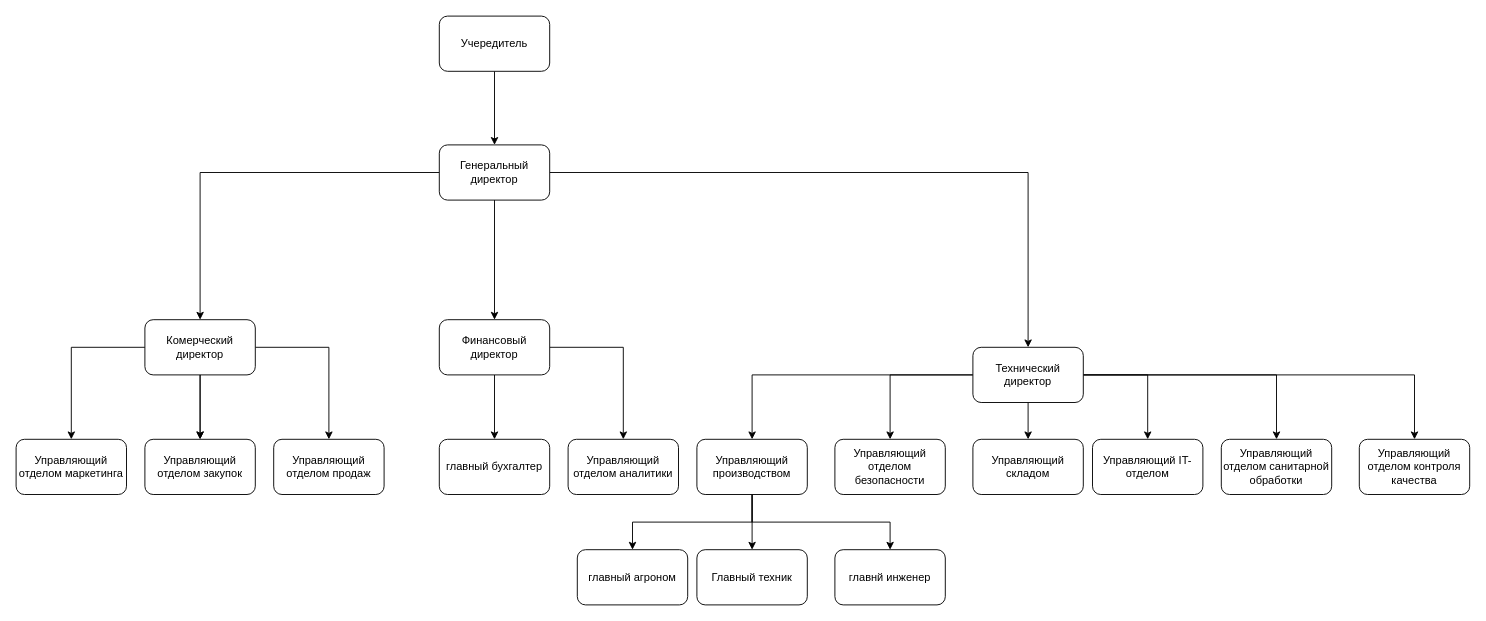
This is Org_GrenHouse.drawio from katescode/greenhouse, a draw.io file, before an edit. Source tidied: cells renumbered, new cells numbered last; positions are measured from the earlier drawing's top-left corner, leaving out a move shared by most shapes. Both pictures are drawn from the tidied source at 92%, with x=0, y=0 at pixel (16, 16).
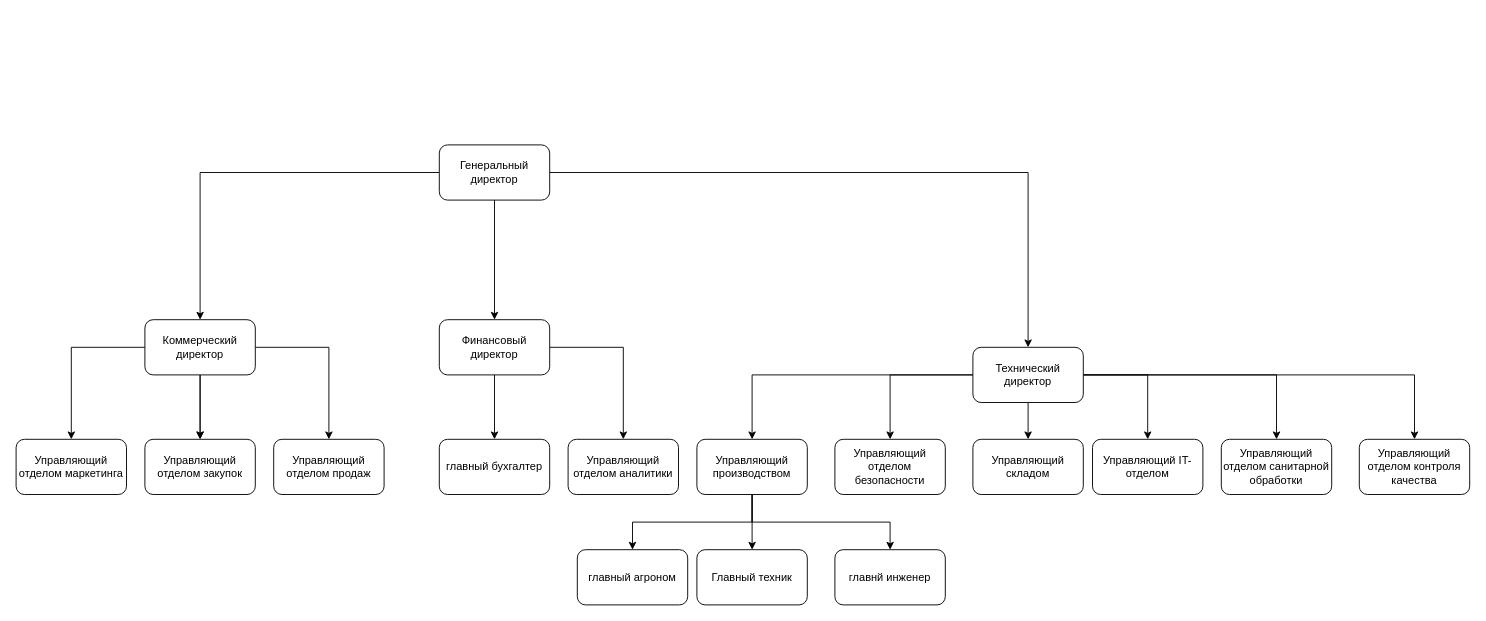
The same diagram, later.

The change refers to these unchanged cells:
```xml
<mxCell id="7" value="Генеральный директор&lt;br&gt;" style="rounded=1;whiteSpace=wrap;html=1;" parent="1" vertex="1">
  <mxGeometry x="460" y="140" width="120" height="60" as="geometry" />
</mxCell>
```

What changed in the source:
```diff
@@
-    <mxCell id="2" style="edgeStyle=orthogonalEdgeStyle;rounded=0;jettySize=auto;html=1;" parent="1" edge="1" source="3" target="7">
-      <mxGeometry relative="1" as="geometry" />
-    </mxCell>
-    <mxCell id="3" value="Учередитель&lt;br&gt;" style="rounded=1;whiteSpace=wrap;html=1;" parent="1" vertex="1">
-      <mxGeometry x="460" width="120" height="60" as="geometry" />
-    </mxCell>
@@
-    <mxCell id="33" value="Комерческий директор" style="rounded=1;whiteSpace=wrap;html=1;" parent="1" vertex="1">
+    <mxCell id="33" value="Коммерческий директор" style="rounded=1;whiteSpace=wrap;html=1;" parent="1" vertex="1">
       <mxGeometry x="140" y="330" width="120" height="60" as="geometry" />
     </mxCell>
```
